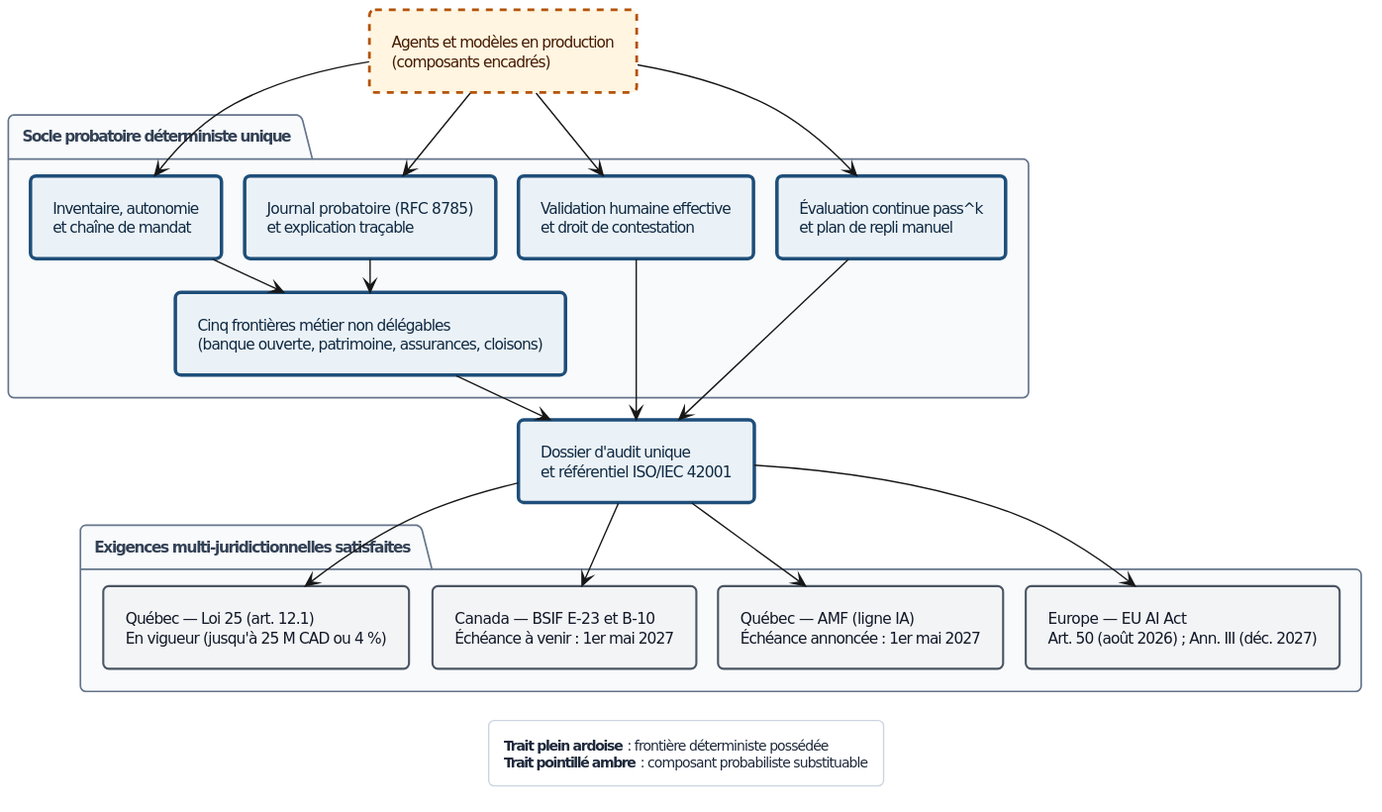
Above: 7 - Livre 2027/diagrammes/rendus/Fig-19.svg in agbruneau/Agentique (PlantUML), before the change. Its diagram source:
```plantuml
@startuml
<style>
document {
  BackgroundColor #FFFFFF
}
.det {
  BackgroundColor #EBF2F7
  LineColor #1E4E79
  LineThickness 2.5
  FontColor #0F2942
}
.prob {
  BackgroundColor #FFF5E0
  LineColor #B45309
  LineThickness 2.0
  LineStyle 5
  FontColor #451A03
}
.ext {
  BackgroundColor #F3F4F6
  LineColor #4B5563
  LineThickness 1.5
  FontColor #111827
}
package {
  BackgroundColor #F8FAFC
  LineColor #64748B
  LineThickness 1.2
  FontColor #334155
}
legend {
  BackgroundColor #FFFFFF
  LineColor #CBD5E1
  FontColor #1E293B
  FontSize 10
}
</style>
hide stereotype
top to bottom direction
skinparam defaultFontName "DejaVu Sans"
skinparam defaultFontSize 11
skinparam shadowing false
skinparam roundcorner 8
skinparam nodesep 16
skinparam ranksep 24
skinparam padding 6

rectangle "Agents et modèles en production\n(composants encadrés)" as AGT <<prob>>

package "Socle probatoire déterministe unique" {
  rectangle "Inventaire, autonomie\net chaîne de mandat" as INV <<det>>
  rectangle "Journal probatoire (RFC 8785)\net explication traçable" as JRN <<det>>
  rectangle "Validation humaine effective\net droit de contestation" as REV <<det>>
  rectangle "Évaluation continue pass^k\net plan de repli manuel" as EVAL <<det>>
  rectangle "Cinq frontières métier non délégables\n(banque ouverte, patrimoine, assurances, cloisons)" as BORN <<det>>
}

rectangle "Dossier d'audit unique\net référentiel ISO/IEC 42001" as ISO <<det>>

package "Exigences multi-juridictionnelles satisfaites" {
  rectangle "Québec — Loi 25 (art. 12.1)\nEn vigueur (jusqu'à 25 M CAD ou 4 %)" as LOI25 <<ext>>
  rectangle "Canada — BSIF E-23 et B-10\nÉchéance à venir : 1er mai 2027" as BSIF <<ext>>
  rectangle "Québec — AMF (ligne IA)\nÉchéance annoncée : 1er mai 2027" as AMF <<ext>>
  rectangle "Europe — EU AI Act\nArt. 50 (août 2026) ; Ann. III (déc. 2027)" as EU <<ext>>
}

AGT --> INV
AGT --> JRN
AGT --> REV
AGT --> EVAL
INV --> BORN
JRN --> BORN
BORN --> ISO
REV --> ISO
EVAL --> ISO
ISO --> LOI25
ISO --> BSIF
ISO --> AMF
ISO --> EU

INV -[hidden]right-> JRN
JRN -[hidden]right-> REV
REV -[hidden]right-> EVAL
LOI25 -[hidden]right-> BSIF
BSIF -[hidden]right-> AMF
AMF -[hidden]right-> EU

legend bottom
  **Trait plein ardoise** : frontière déterministe possédée
  **Trait pointillé ambre** : composant probabiliste substituable
end legend
@enduml
```
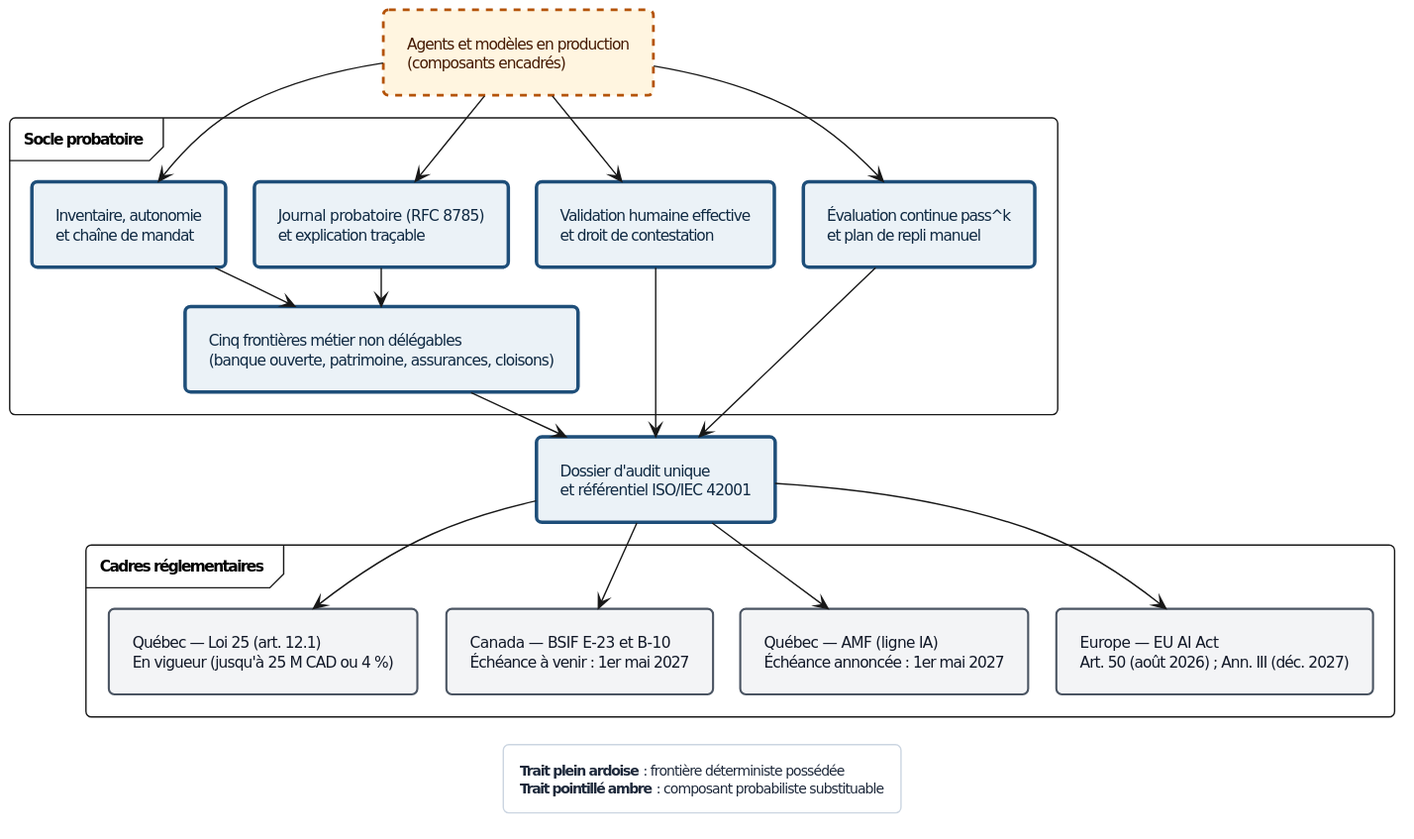
The same diagram one commit later.

Change to the diagram source:
```diff
@@ -41,13 +41,14 @@
 skinparam defaultFontSize 11
 skinparam shadowing false
 skinparam roundcorner 8
-skinparam nodesep 16
-skinparam ranksep 24
-skinparam padding 6
+skinparam packageStyle frame
+skinparam nodesep 20
+skinparam ranksep 28
+skinparam padding 7
 
 rectangle "Agents et modèles en production\n(composants encadrés)" as AGT <<prob>>
 
-package "Socle probatoire déterministe unique" {
+package "Socle probatoire" {
   rectangle "Inventaire, autonomie\net chaîne de mandat" as INV <<det>>
   rectangle "Journal probatoire (RFC 8785)\net explication traçable" as JRN <<det>>
   rectangle "Validation humaine effective\net droit de contestation" as REV <<det>>
@@ -57,7 +58,7 @@
 
 rectangle "Dossier d'audit unique\net référentiel ISO/IEC 42001" as ISO <<det>>
 
-package "Exigences multi-juridictionnelles satisfaites" {
+package "Cadres réglementaires" {
   rectangle "Québec — Loi 25 (art. 12.1)\nEn vigueur (jusqu'à 25 M CAD ou 4 %)" as LOI25 <<ext>>
   rectangle "Canada — BSIF E-23 et B-10\nÉchéance à venir : 1er mai 2027" as BSIF <<ext>>
   rectangle "Québec — AMF (ligne IA)\nÉchéance annoncée : 1er mai 2027" as AMF <<ext>>
```
